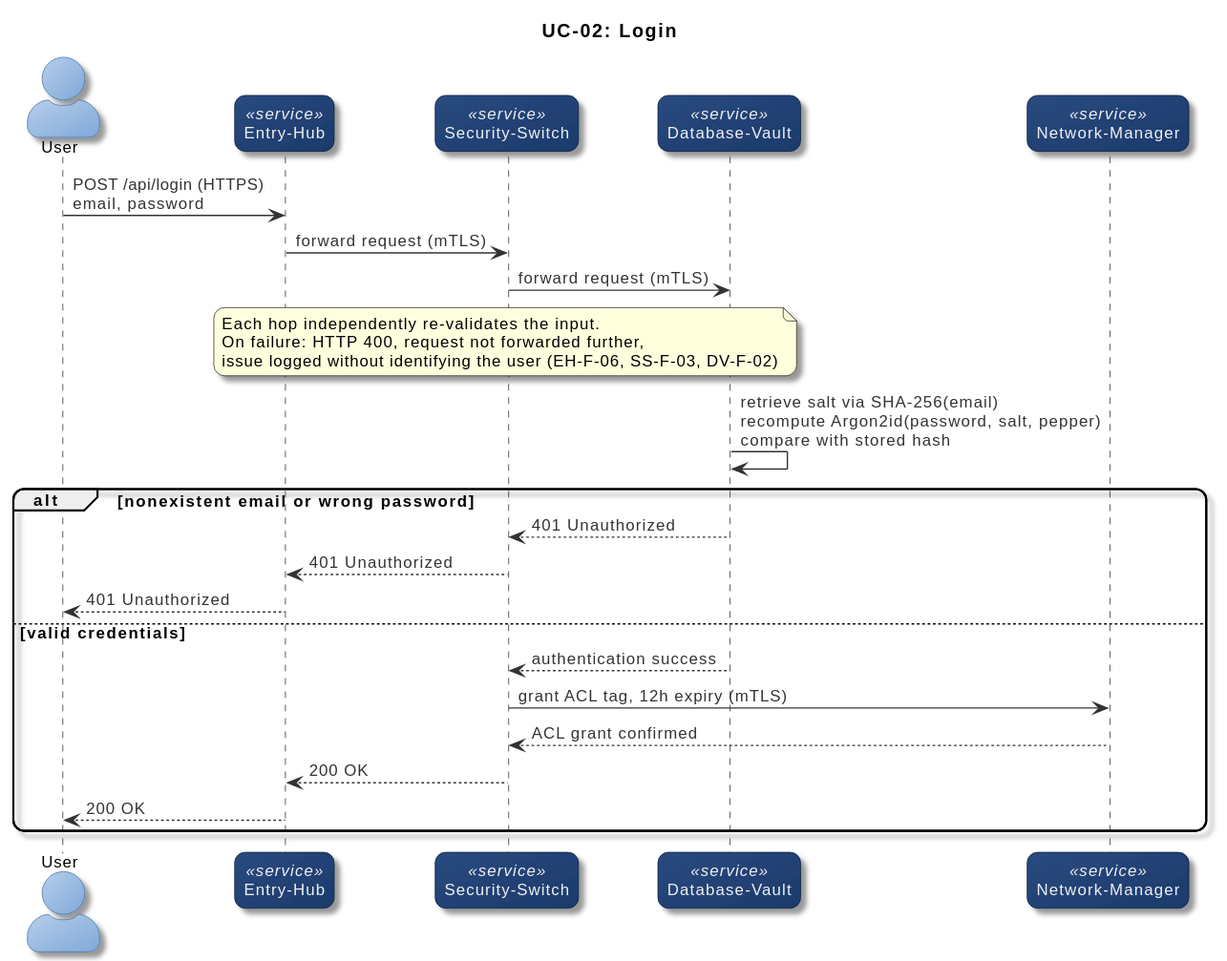
The PlantUML diagram docs/design/diagrams/rendered/use-cases/04-sequence-uc02-login.svg in Verryx-02/RAM-USB, before a commit.
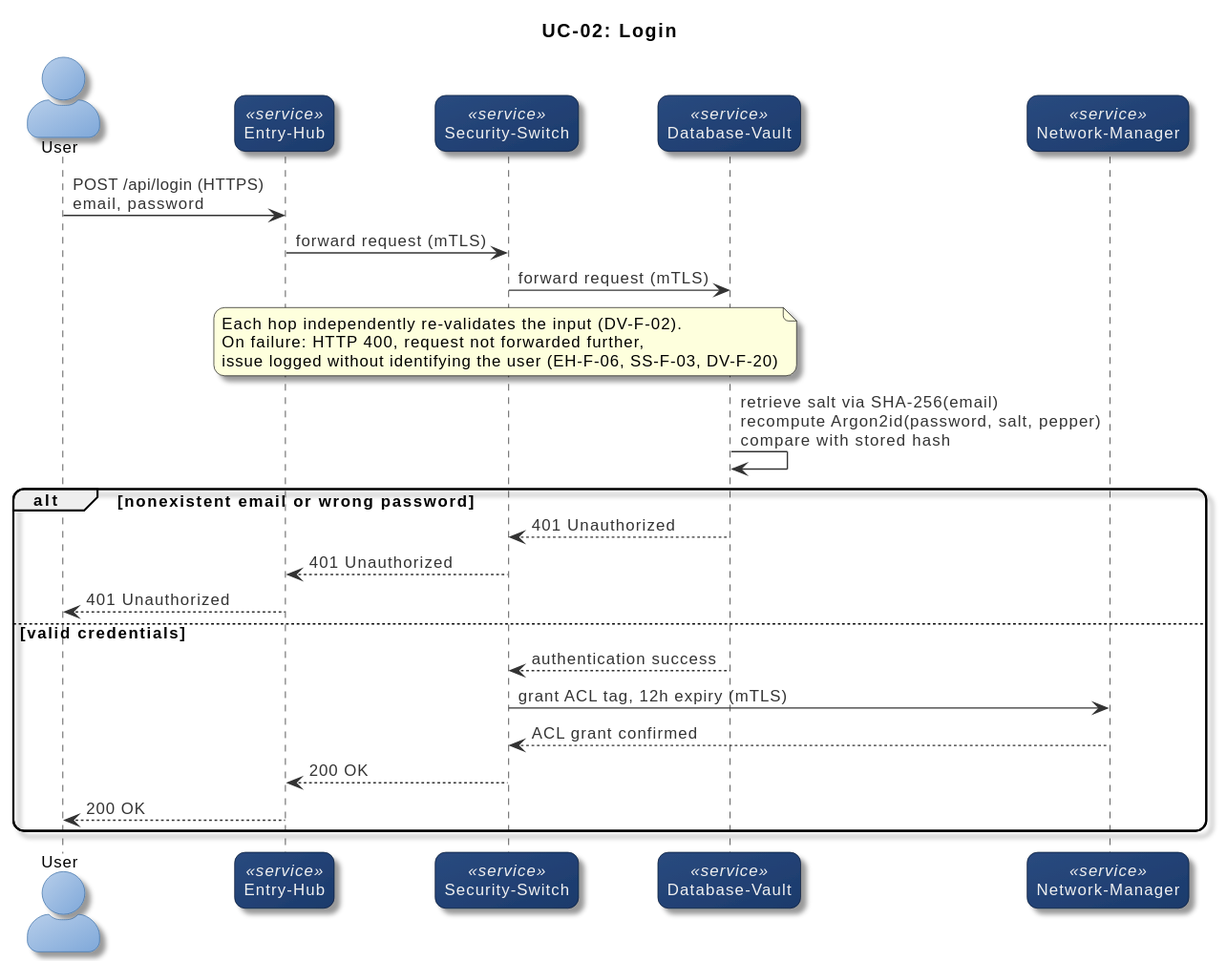
After the change.

What changed in the source:
```diff
@@ -14,9 +14,9 @@
 SS -> DV : forward request (mTLS)
 
 note over EH, DV
-  Each hop independently re-validates the input.
+  Each hop independently re-validates the input (DV-F-02).
   On failure: HTTP 400, request not forwarded further,
-  issue logged without identifying the user (EH-F-06, SS-F-03, DV-F-02)
+  issue logged without identifying the user (EH-F-06, SS-F-03, DV-F-20)
 end note
 
 DV -> DV : retrieve salt via SHA-256(email)\nrecompute Argon2id(password, salt, pepper)\ncompare with stored hash
```
